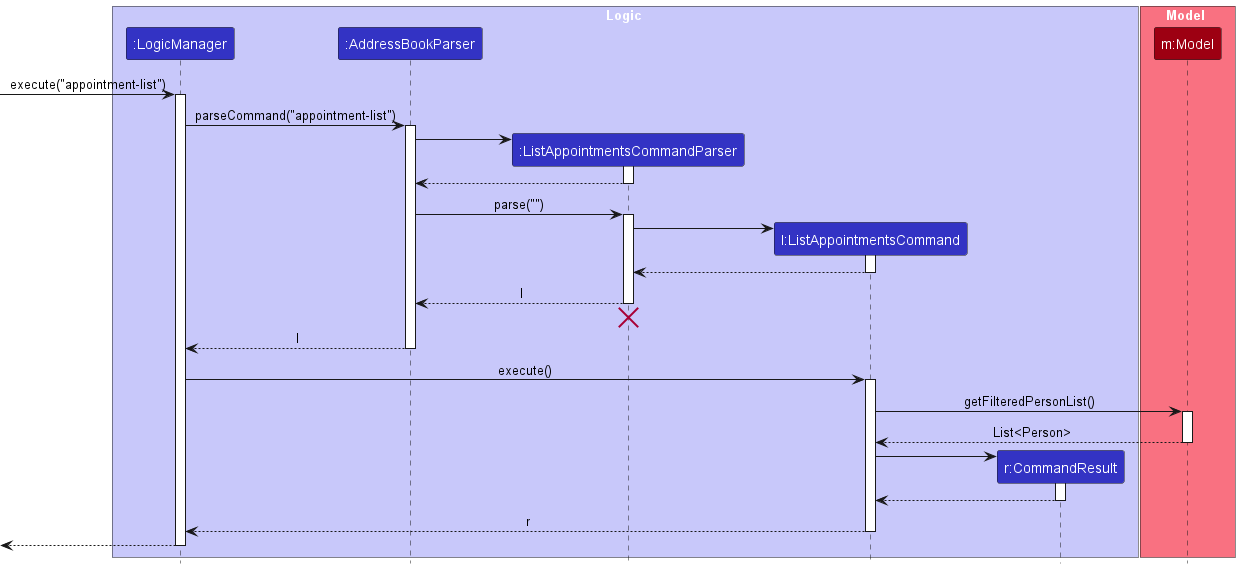
Above: docs/images/ListAppointmentSequenceDiagram.png in nus-cs2103-AY2425S1/tp (PlantUML), before the change. The source it was exported from:
```plantuml
@startuml
!include style.puml
skinparam ArrowFontStyle plain

box Logic LOGIC_COLOR_T1
participant ":LogicManager" as LogicManager LOGIC_COLOR
participant ":AddressBookParser" as AddressBookParser LOGIC_COLOR
participant ":ListAppointmentsCommandParser" as ListAppointmentsCommandParser LOGIC_COLOR
participant "l:ListAppointmentsCommand" as ListAppointmentsCommand LOGIC_COLOR
participant "r:CommandResult" as CommandResult LOGIC_COLOR
end box

box Model MODEL_COLOR_T1
participant "m:Model" as Model MODEL_COLOR
end box

[-> LogicManager : execute("appointment-list")
activate LogicManager

LogicManager -> AddressBookParser : parseCommand("appointment-list")
activate AddressBookParser

create ListAppointmentsCommandParser
AddressBookParser -> ListAppointmentsCommandParser
activate ListAppointmentsCommandParser

ListAppointmentsCommandParser --> AddressBookParser
deactivate ListAppointmentsCommandParser

AddressBookParser -> ListAppointmentsCommandParser : parse("")
activate ListAppointmentsCommandParser

create ListAppointmentsCommand
ListAppointmentsCommandParser -> ListAppointmentsCommand
activate ListAppointmentsCommand

ListAppointmentsCommand --> ListAppointmentsCommandParser
deactivate ListAppointmentsCommand

ListAppointmentsCommandParser --> AddressBookParser : l
deactivate ListAppointmentsCommandParser
ListAppointmentsCommandParser -[hidden]-> AddressBookParser
destroy ListAppointmentsCommandParser

AddressBookParser --> LogicManager : l
deactivate AddressBookParser

LogicManager -> ListAppointmentsCommand : execute()
activate ListAppointmentsCommand

ListAppointmentsCommand -> Model : getFilteredPersonList()
activate Model

Model --> ListAppointmentsCommand : List<Person>
deactivate Model

create CommandResult
ListAppointmentsCommand -> CommandResult
activate CommandResult

CommandResult --> ListAppointmentsCommand
deactivate CommandResult

ListAppointmentsCommand --> LogicManager : r
deactivate ListAppointmentsCommand

[<--LogicManager
deactivate LogicManager

@enduml
```
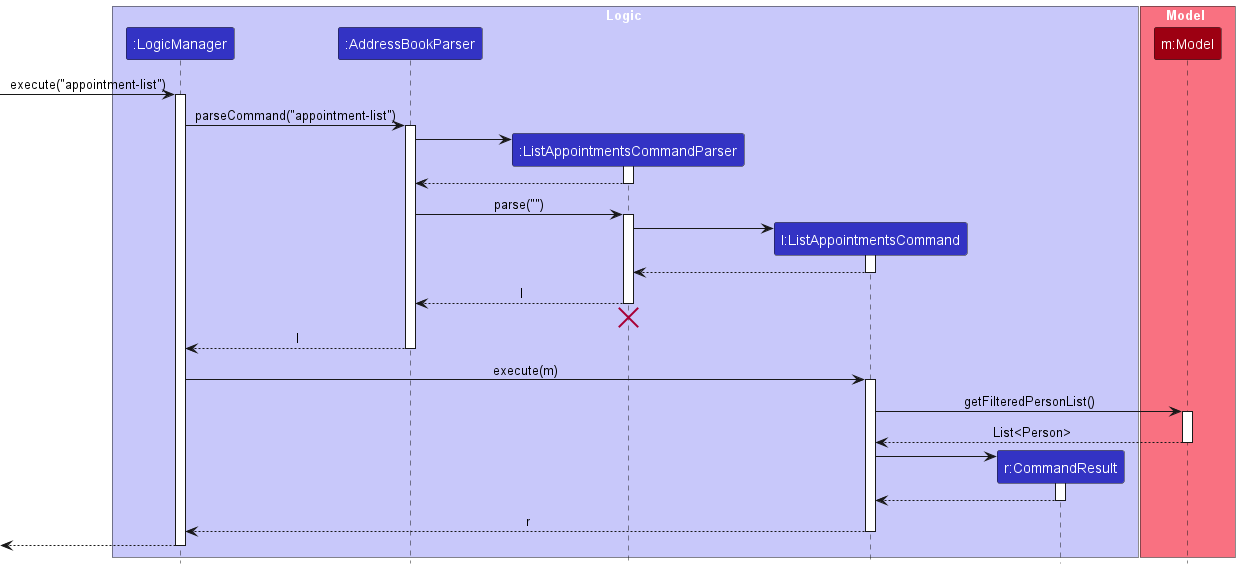
After the change.

Commit message:
Update sequence diagram

What changed in the source:
```diff
@@ -45,7 +45,7 @@
 AddressBookParser --> LogicManager : l
 deactivate AddressBookParser
 
-LogicManager -> ListAppointmentsCommand : execute()
+LogicManager -> ListAppointmentsCommand : execute(m)
 activate ListAppointmentsCommand
 
 ListAppointmentsCommand -> Model : getFilteredPersonList()
```
